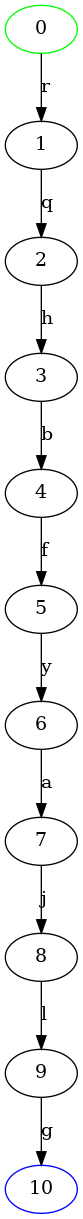
Above: THL/automate.png in Failalihaytam/ensa (Graphviz), before the change. Its source is kept beside it as THL/automate.dot.
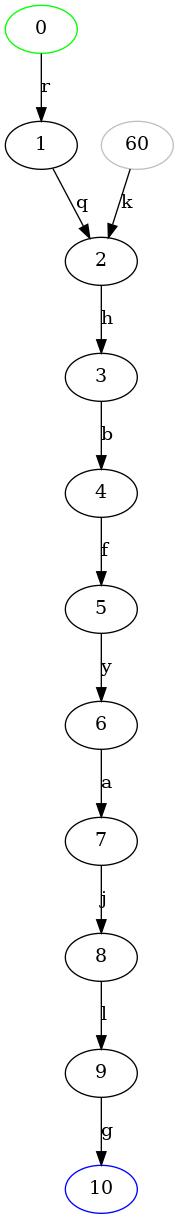
The same file after the commit.

The edit, as a diff of the source:
```diff
@@ -1,5 +1,6 @@
 digraph automate{
 0 -> 1 [label=r];
+60 -> 2 [label=k];
 1 -> 2 [label=q];
 2 -> 3 [label=h];
 3 -> 4 [label=b];
@@ -11,4 +12,5 @@
 9 -> 10 [label=g];
 0 [color=green];
 10 [color=blue];
+60 [color=grey];
 }
```
